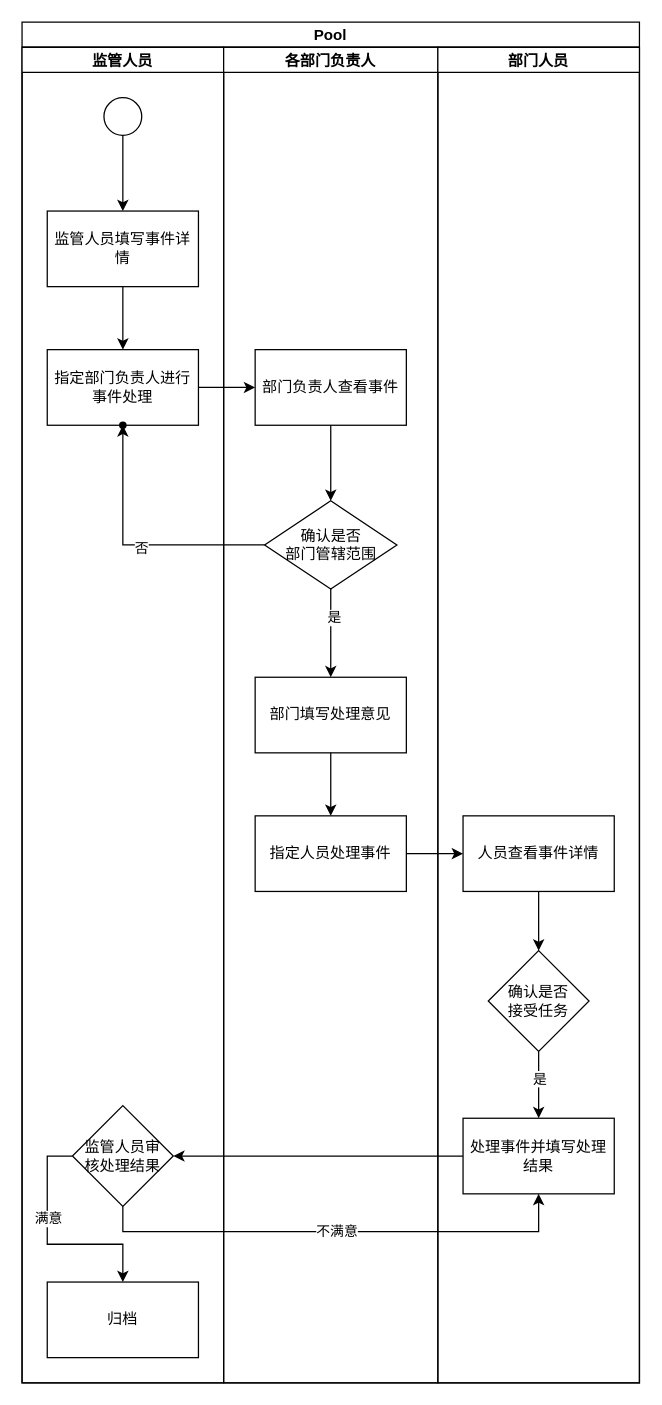
Earlier version of the draw.io diagram page "功能流程图2" (2 of 2) of 安全事件上报至归档——功能流程图.drawio (Lisaacy/lisaacy). Source tidied: cells renumbered, new cells numbered last; positions are measured from the earlier drawing's top-left corner, leaving out a move shared by most shapes. Both pictures are drawn from the tidied source at 126%, with x=0, y=0 at pixel (21, 21).
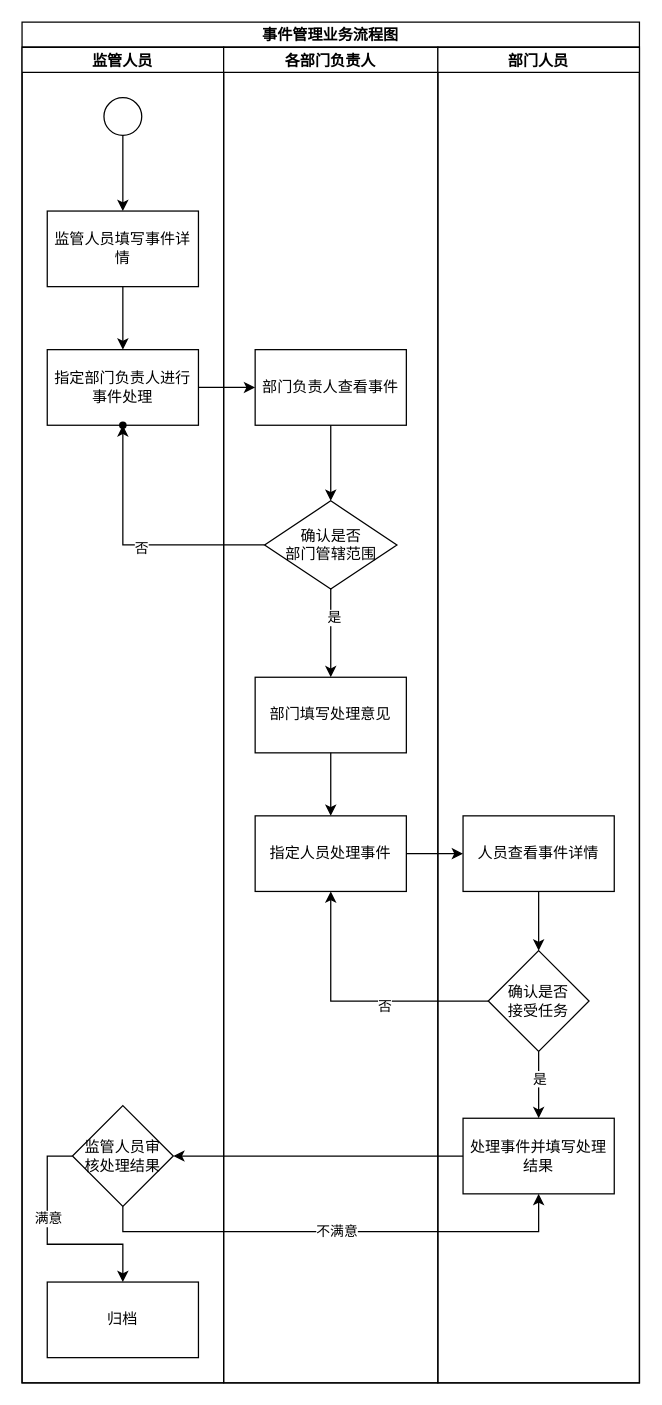
The same page after the edit.

Commit message:
Update 安全事件上报至归档——功能流程图.drawio

The change refers to these unchanged cells:
```xml
<mxCell id="21" value="指定人员处理事件" style="whiteSpace=wrap;html=1;" parent="14" vertex="1">
  <mxGeometry x="25" y="610" width="120" height="60" as="geometry" />
</mxCell>
<mxCell id="25" value="确认是否&lt;br&gt;接受任务" style="rhombus;whiteSpace=wrap;html=1;" parent="23" vertex="1">
  <mxGeometry x="40" y="717" width="80" height="80" as="geometry" />
</mxCell>
```

What changed in the source:
```diff
@@
-    <mxCell id="2" value="Pool" style="swimlane;startSize=20;" parent="1" vertex="1">
+    <mxCell id="2" value="事件管理业务流程图" style="swimlane;startSize=20;" parent="1" vertex="1">
       <mxGeometry width="490" height="1080" as="geometry" />
     </mxCell>
@@
+    <mxCell id="36" style="edgeStyle=orthogonalEdgeStyle;rounded=0;jettySize=auto;html=1;entryX=0.5;entryY=1;entryDx=0;entryDy=0;" parent="2" edge="1" source="25" target="21">
+      <mxGeometry relative="1" as="geometry">
+        <Array as="points">
+          <mxPoint x="245" y="777" />
+        </Array>
+      </mxGeometry>
+    </mxCell>
+    <mxCell id="37" value="否" style="edgeLabel;html=1;align=center;verticalAlign=middle;" parent="36" vertex="1">
+      <mxGeometry x="-0.22" y="3" relative="1" as="geometry" />
+    </mxCell>
```
